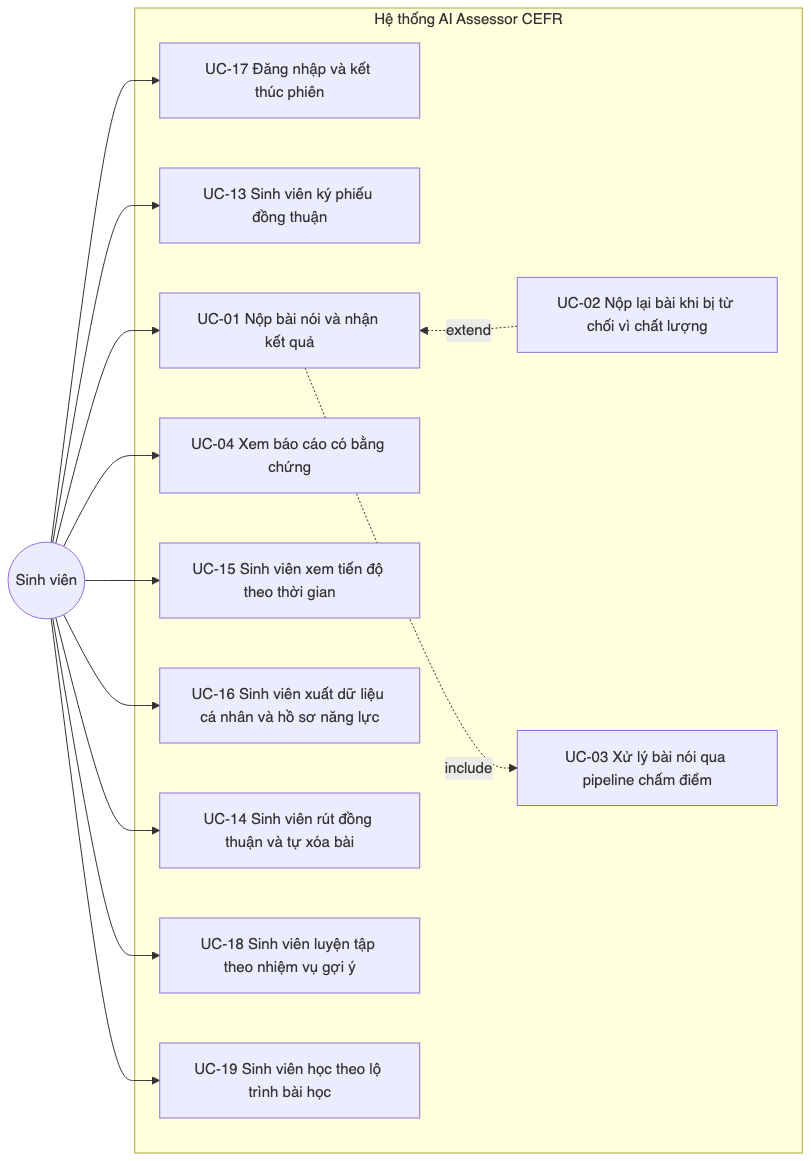
Before: docs/sdd/images/01a_usecase_sinhvien.png, a diagram exported from Mermaid (ThanhSangLouis/ai-assessor-cefr). Its source is kept beside it as docs/sdd/diagrams/01a_usecase_sinhvien.mmd.
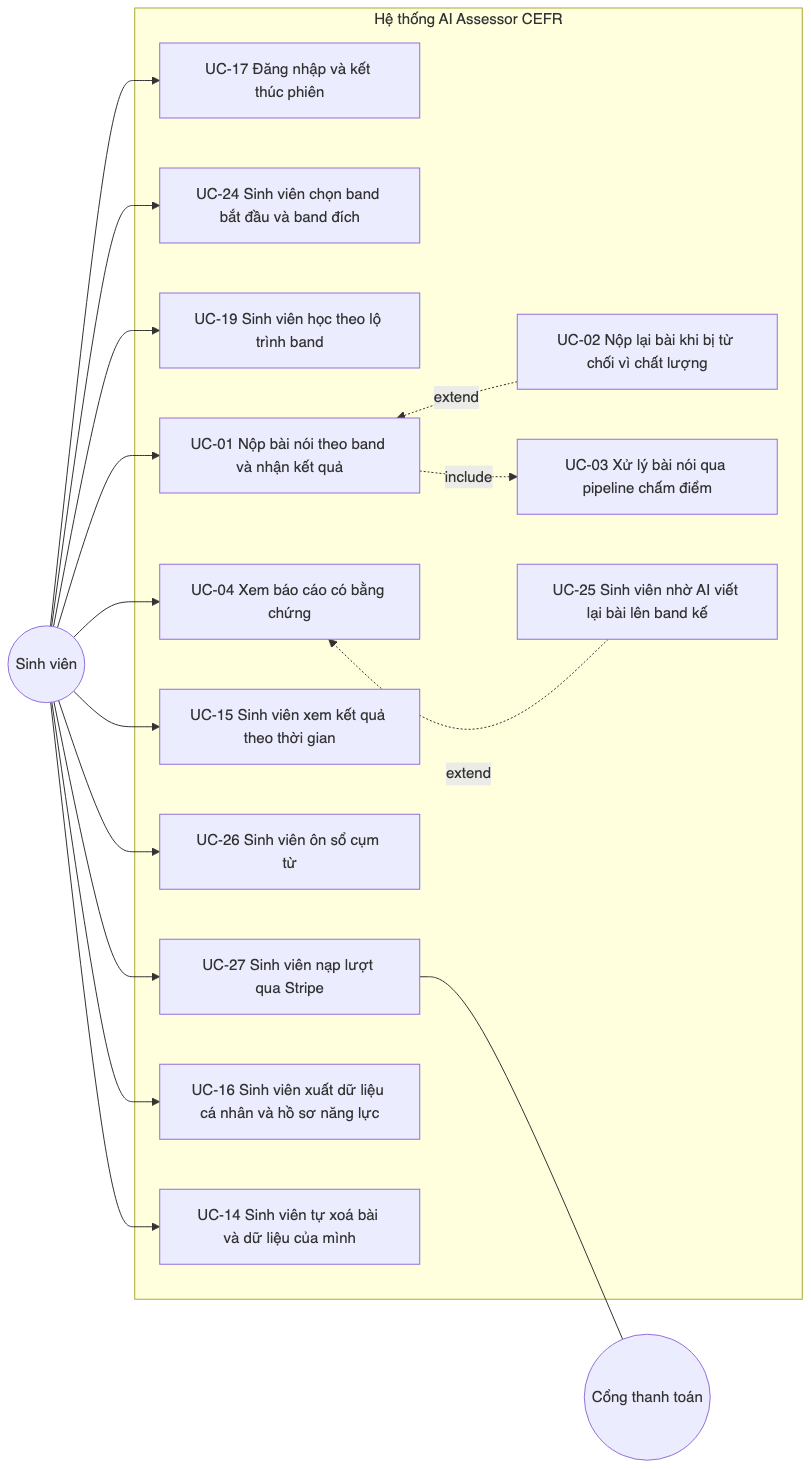
The same file after the commit.

Diff of the diagram source:
```diff
@@ -1,32 +1,39 @@
 flowchart LR
     SV(("Sinh viên"))
+    CTT(("Cổng thanh toán"))
 
     subgraph SYS["Hệ thống AI Assessor CEFR"]
         direction TB
         UC17["UC-17 Đăng nhập và kết thúc phiên"]
-        UC13["UC-13 Sinh viên ký phiếu đồng thuận"]
-        UC01["UC-01 Nộp bài nói và nhận kết quả"]
+        UC24["UC-24 Sinh viên chọn band bắt đầu và band đích"]
+        UC19["UC-19 Sinh viên học theo lộ trình band"]
+        UC01["UC-01 Nộp bài nói theo band và nhận kết quả"]
         UC02["UC-02 Nộp lại bài khi bị từ chối vì chất lượng"]
         UC03["UC-03 Xử lý bài nói qua pipeline chấm điểm"]
         UC04["UC-04 Xem báo cáo có bằng chứng"]
-        UC15["UC-15 Sinh viên xem tiến độ theo thời gian"]
+        UC25["UC-25 Sinh viên nhờ AI viết lại bài lên band kế"]
+        UC15["UC-15 Sinh viên xem kết quả theo thời gian"]
+        UC26["UC-26 Sinh viên ôn sổ cụm từ"]
+        UC27["UC-27 Sinh viên nạp lượt qua Stripe"]
         UC16["UC-16 Sinh viên xuất dữ liệu cá nhân và hồ sơ năng lực"]
-        UC14["UC-14 Sinh viên rút đồng thuận và tự xóa bài"]
-        UC18["UC-18 Sinh viên luyện tập theo nhiệm vụ gợi ý"]
-        UC19["UC-19 Sinh viên học theo lộ trình bài học"]
+        UC14["UC-14 Sinh viên tự xoá bài và dữ liệu của mình"]
     end
 
     SV --> UC17
-    SV --> UC13
+    SV --> UC24
+    SV --> UC19
     SV --> UC01
     SV --> UC04
     SV --> UC15
+    SV --> UC26
+    SV --> UC27
     SV --> UC16
     SV --> UC14
-    SV --> UC18
-    SV --> UC19
+    UC27 --- CTT
 
     UC01 ~~~ UC02
+    UC04 ~~~ UC25
 
     UC01 -. include .-> UC03
     UC02 -. extend .-> UC01
+    UC25 -. extend .-> UC04
```
